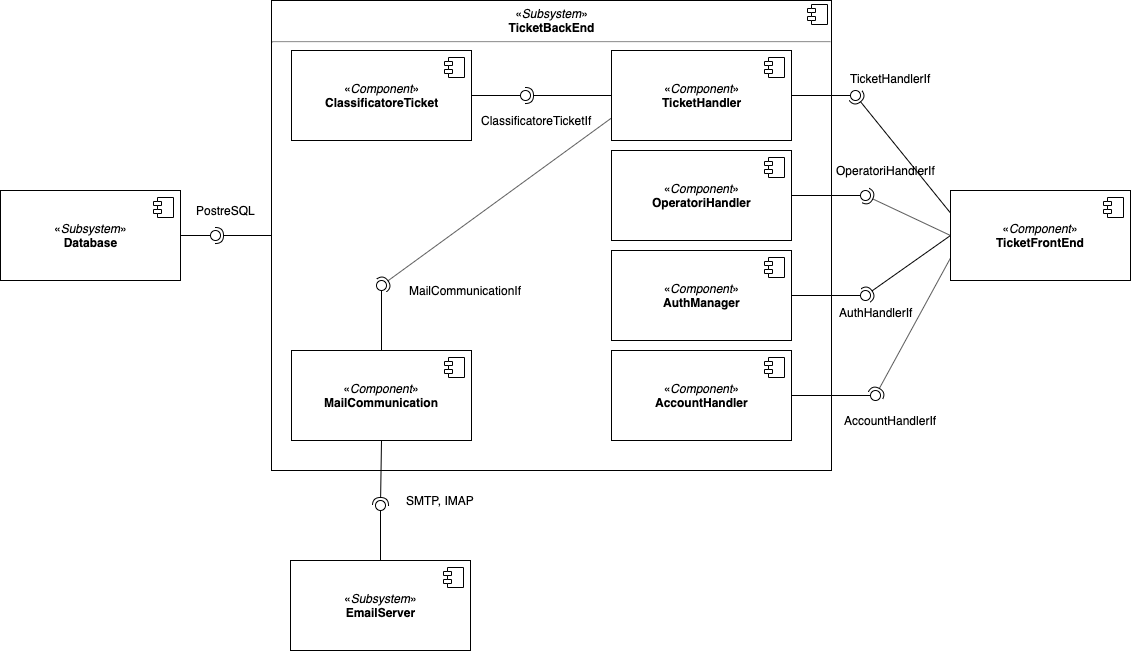
Above: docs/latex/images/component-diagram.png in shxdow/aep (draw.io), before the change. Source tidied: cells renumbered, new cells last; positions are measured from the earlier drawing's top-left corner, leaving out a move shared by most shapes.
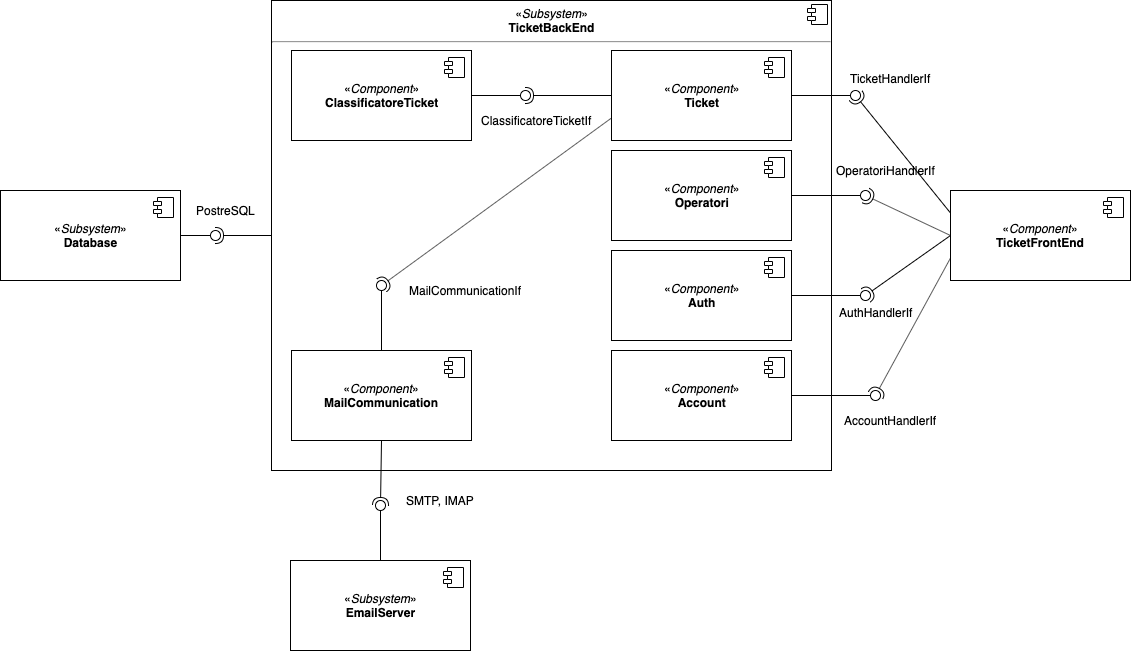
The same file after the commit.

The edit, as a diff of the source:
```diff
@@ -38,7 +38,7 @@
         <mxPoint x="-24" y="4" as="offset" />
       </mxGeometry>
     </mxCell>
-    <mxCell id="12" value="«&lt;i&gt;Component&lt;/i&gt;»&lt;br&gt;&lt;b&gt;AuthManager&lt;/b&gt;" style="html=1;" parent="10" vertex="1">
+    <mxCell id="12" value="«&lt;i&gt;Component&lt;/i&gt;»&lt;br&gt;&lt;b&gt;Auth&lt;/b&gt;" style="html=1;" parent="10" vertex="1">
       <mxGeometry x="340" y="250" width="180" height="90" as="geometry" />
     </mxCell>
     <mxCell id="13" style="shape=component;jettyWidth=8;jettyHeight=4;" parent="12" vertex="1">
@@ -46,7 +46,7 @@
         <mxPoint x="-27" y="7" as="offset" />
       </mxGeometry>
     </mxCell>
-    <mxCell id="14" value="«&lt;i&gt;Component&lt;/i&gt;»&lt;br&gt;&lt;b&gt;TicketHandler&lt;/b&gt;" style="html=1;" parent="10" vertex="1">
+    <mxCell id="14" value="«&lt;i&gt;Component&lt;/i&gt;»&lt;br&gt;&lt;b&gt;Ticket&lt;/b&gt;" style="html=1;" parent="10" vertex="1">
       <mxGeometry x="340" y="50" width="180" height="90" as="geometry" />
     </mxCell>
     <mxCell id="15" style="shape=component;jettyWidth=8;jettyHeight=4;" parent="14" vertex="1">
@@ -54,7 +54,7 @@
         <mxPoint x="-27" y="7" as="offset" />
       </mxGeometry>
     </mxCell>
-    <mxCell id="16" value="«&lt;i&gt;Component&lt;/i&gt;»&lt;br&gt;&lt;b&gt;OperatoriHandler&lt;/b&gt;" style="html=1;" parent="10" vertex="1">
+    <mxCell id="16" value="«&lt;i&gt;Component&lt;/i&gt;»&lt;br&gt;&lt;b&gt;Operatori&lt;/b&gt;" style="html=1;" parent="10" vertex="1">
       <mxGeometry x="340" y="150" width="180" height="90" as="geometry" />
     </mxCell>
     <mxCell id="17" style="shape=component;jettyWidth=8;jettyHeight=4;" parent="16" vertex="1">
@@ -62,7 +62,7 @@
         <mxPoint x="-27" y="7" as="offset" />
       </mxGeometry>
     </mxCell>
-    <mxCell id="18" value="«&lt;i&gt;Component&lt;/i&gt;»&lt;br&gt;&lt;b&gt;AccountHandler&lt;/b&gt;" style="html=1;" parent="10" vertex="1">
+    <mxCell id="18" value="«&lt;i&gt;Component&lt;/i&gt;»&lt;br&gt;&lt;b&gt;Account&lt;/b&gt;" style="html=1;" parent="10" vertex="1">
       <mxGeometry x="340" y="350" width="180" height="90" as="geometry" />
     </mxCell>
     <mxCell id="19" style="shape=component;jettyWidth=8;jettyHeight=4;" parent="18" vertex="1">
```
